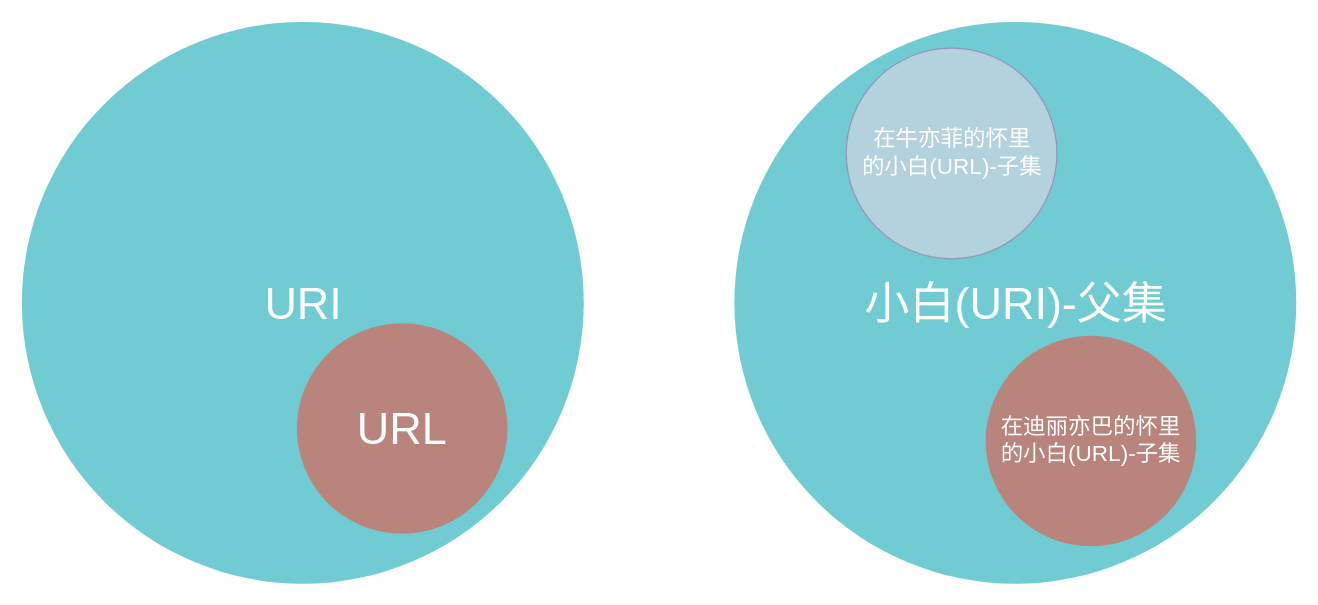
This is network/Untitled Diagram.drawio from xiaobaiTech/image, a draw.io file, before an edit. Source tidied: cells renumbered, new cells numbered last; positions are measured from the earlier drawing's top-left corner, leaving out a move shared by most shapes. Both pictures are drawn from the tidied source at 125%, with x=0, y=0 at pixel (21, 21).
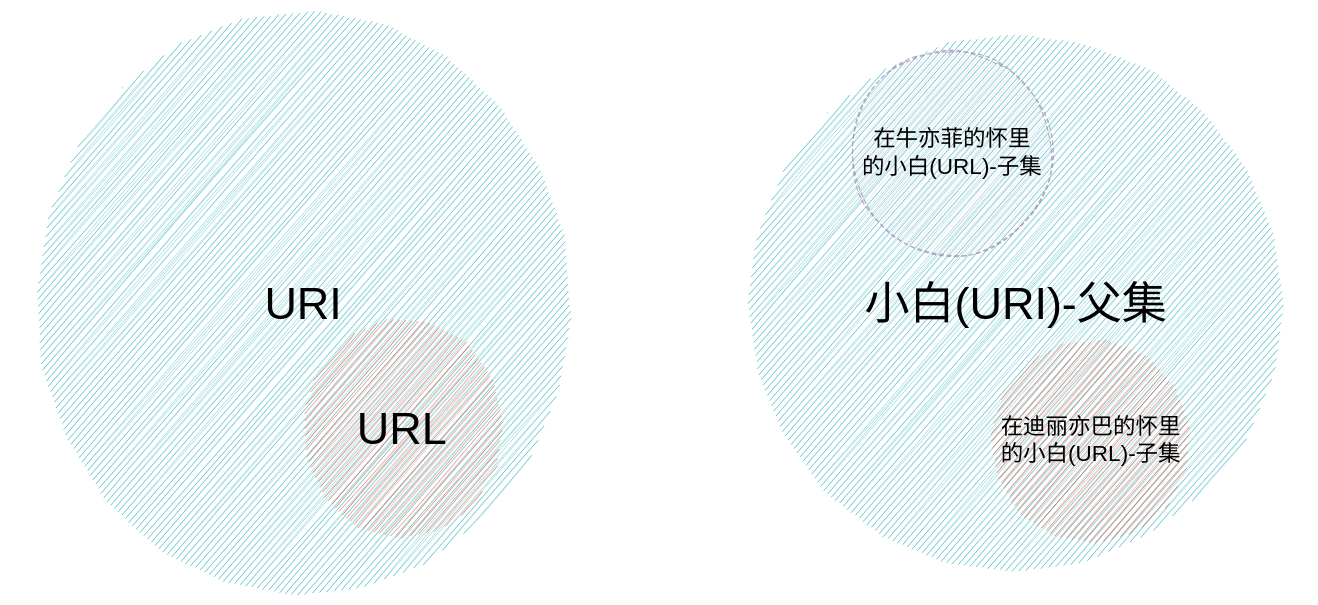
The same page after the edit.

Change to the diagram source:
```diff
@@
 <mxGraphModel background="#ffffff">
   <root>
     <mxCell id="0" />
     <mxCell id="1" parent="0" />
-    <mxCell id="2" value="&lt;font style=&quot;font-size: 36px&quot;&gt;URI&lt;/font&gt;" style="ellipse;fillColor=#12AAB5;opacity=60;strokeColor=none;html=1;fontColor=#FFFFFF;" parent="1" vertex="1">
+    <mxCell id="2" value="&lt;font style=&quot;font-size: 36px&quot;&gt;URI&lt;/font&gt;" style="ellipse;fillColor=#12AAB5;opacity=60;strokeColor=none;html=1;sketch=1;dashed=1;" parent="1" vertex="1">
       <mxGeometry width="449.5" height="449.5" as="geometry" />
     </mxCell>
-    <mxCell id="3" value="&lt;font style=&quot;font-size: 36px&quot;&gt;URL&lt;/font&gt;" style="ellipse;fillColor=#e85642;opacity=60;strokeColor=none;html=1;fontColor=#FFFFFF;" parent="1" vertex="1">
+    <mxCell id="3" value="&lt;font style=&quot;font-size: 36px&quot;&gt;URL&lt;/font&gt;" style="ellipse;fillColor=#e85642;opacity=60;strokeColor=none;html=1;sketch=1;dashed=1;" parent="1" vertex="1">
       <mxGeometry x="220" y="241" width="168.5" height="168.5" as="geometry" />
     </mxCell>
-    <mxCell id="4" value="&lt;span style=&quot;font-size: 36px&quot;&gt;小白(URI)-父集&lt;/span&gt;" style="ellipse;fillColor=#12AAB5;opacity=60;strokeColor=none;html=1;fontColor=#FFFFFF;" parent="1" vertex="1">
+    <mxCell id="4" value="&lt;span style=&quot;font-size: 36px&quot;&gt;小白(URI)-父集&lt;/span&gt;" style="ellipse;fillColor=#12AAB5;opacity=60;strokeColor=none;html=1;sketch=1;dashed=1;" parent="1" vertex="1">
       <mxGeometry x="570" width="449.5" height="449.5" as="geometry" />
     </mxCell>
-    <mxCell id="5" value="&lt;font style=&quot;font-size: 18px&quot;&gt;在迪丽亦巴的怀里&lt;br&gt;的小白(URL)&lt;/font&gt;&lt;span style=&quot;font-size: 18px&quot;&gt;-子集&lt;/span&gt;" style="ellipse;fillColor=#e85642;opacity=60;strokeColor=none;html=1;fontColor=#FFFFFF;" parent="1" vertex="1">
+    <mxCell id="5" value="&lt;font style=&quot;font-size: 18px&quot;&gt;在迪丽亦巴的怀里&lt;br&gt;的小白(URL)&lt;/font&gt;&lt;span style=&quot;font-size: 18px&quot;&gt;-子集&lt;/span&gt;" style="ellipse;fillColor=#e85642;opacity=60;strokeColor=none;html=1;sketch=1;dashed=1;" parent="1" vertex="1">
       <mxGeometry x="771" y="251" width="168.5" height="168.5" as="geometry" />
     </mxCell>
-    <mxCell id="6" value="&lt;font style=&quot;font-size: 18px&quot; color=&quot;#ffffff&quot;&gt;在牛亦菲的怀里&lt;br&gt;的小白(URL)-子集&lt;/font&gt;" style="ellipse;fillColor=#e1d5e7;opacity=60;strokeColor=#9673a6;html=1;" parent="1" vertex="1">
+    <mxCell id="6" value="&lt;font style=&quot;font-size: 18px&quot;&gt;在牛亦菲的怀里&lt;br&gt;的小白(URL)-子集&lt;/font&gt;" style="ellipse;fillColor=#e1d5e7;opacity=60;strokeColor=#9673a6;html=1;sketch=1;dashed=1;" parent="1" vertex="1">
       <mxGeometry x="659.5" y="21" width="168.5" height="168.5" as="geometry" />
     </mxCell>
   </root>
 </mxGraphModel>
```
